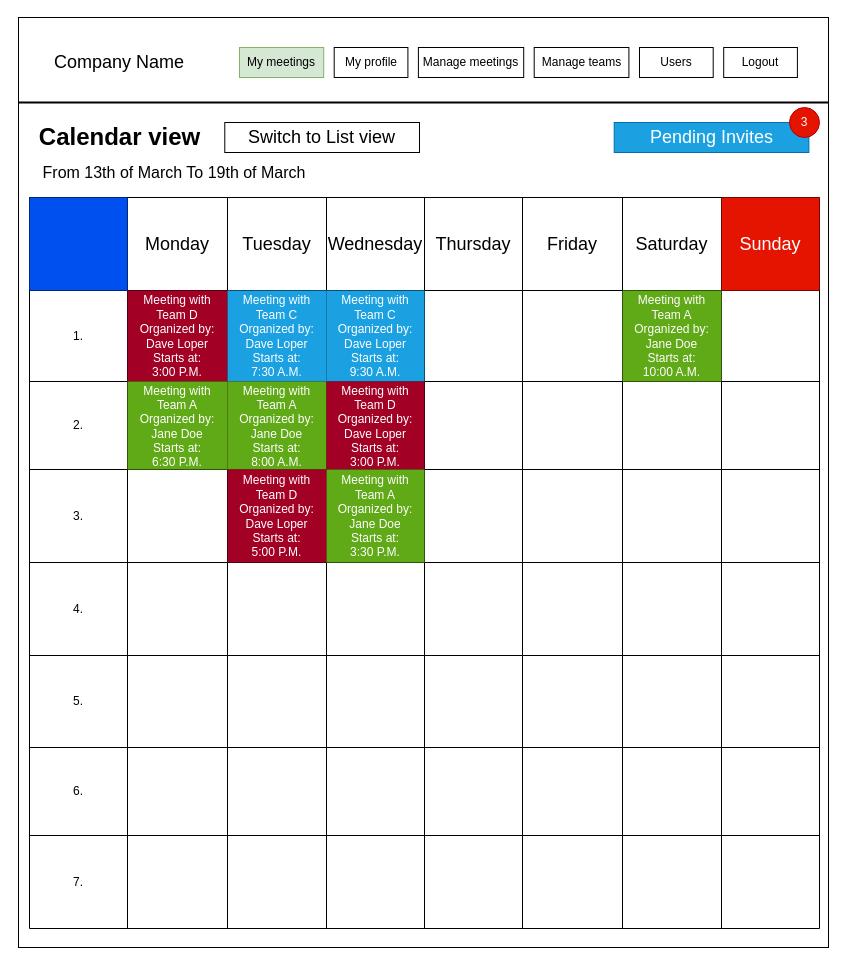
Before: Dokumentáció/DrawIO files/my_meetings.drawio in gyorkistamas/afp2-2023-tavasz-stopinventing, a draw.io diagram. Source tidied: cells renumbered, new cells numbered last; positions are measured from the earlier drawing's top-left corner, leaving out a move shared by most shapes. Both pictures are drawn from the tidied source at 100%, with x=0, y=0 at pixel (18, 17).
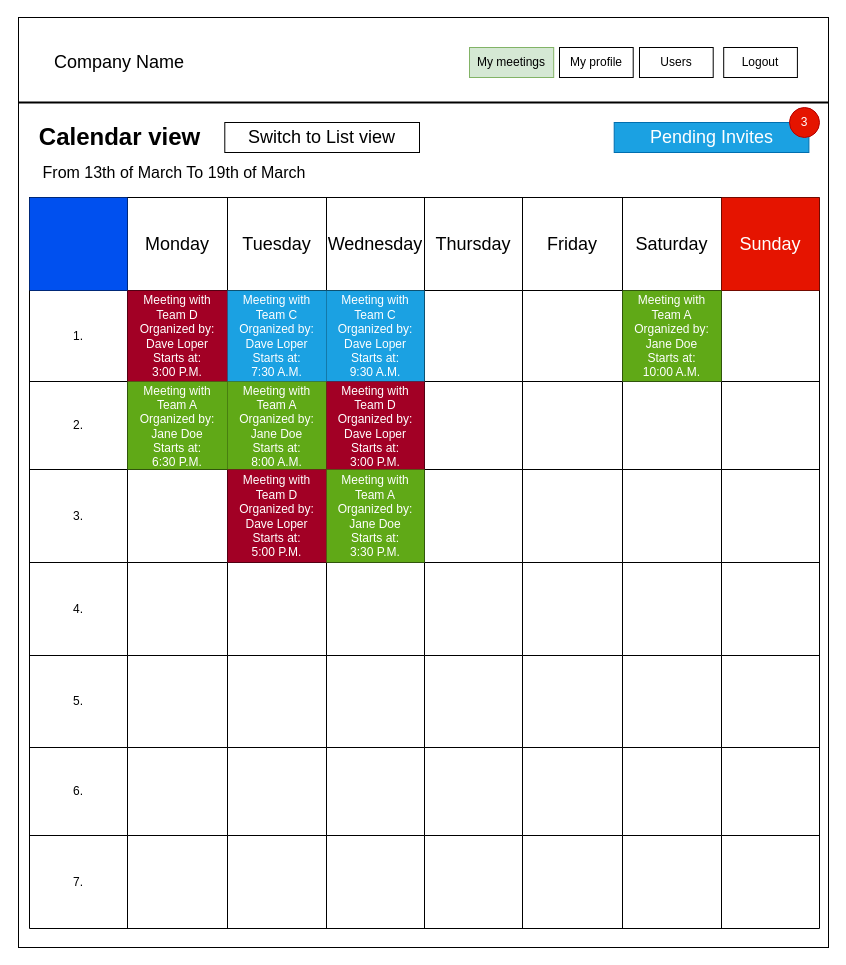
The same page after the edit.

Change to the diagram source:
```diff
@@
-    <mxCell id="7" value="Manage teams" style="rounded=0;whiteSpace=wrap;html=1;" parent="1" vertex="1">
-      <mxGeometry x="515.7" y="30" width="94.7" height="30" as="geometry" />
-    </mxCell>
-    <mxCell id="8" value="Manage meetings" style="rounded=0;whiteSpace=wrap;html=1;" parent="1" vertex="1">
-      <mxGeometry x="399.9" y="30" width="105.3" height="30" as="geometry" />
-    </mxCell>
     <mxCell id="9" value="My profile" style="rounded=0;whiteSpace=wrap;html=1;" parent="1" vertex="1">
-      <mxGeometry x="315.7" y="30" width="73.7" height="30" as="geometry" />
+      <mxGeometry x="541" y="30" width="73.7" height="30" as="geometry" />
     </mxCell>
     <mxCell id="10" value="My meetings" style="rounded=0;whiteSpace=wrap;html=1;fillColor=#d5e8d4;strokeColor=#82b366;" parent="1" vertex="1">
-      <mxGeometry x="221" y="30" width="84.2" height="30" as="geometry" />
+      <mxGeometry x="451" y="30" width="84.2" height="30" as="geometry" />
     </mxCell>
```
